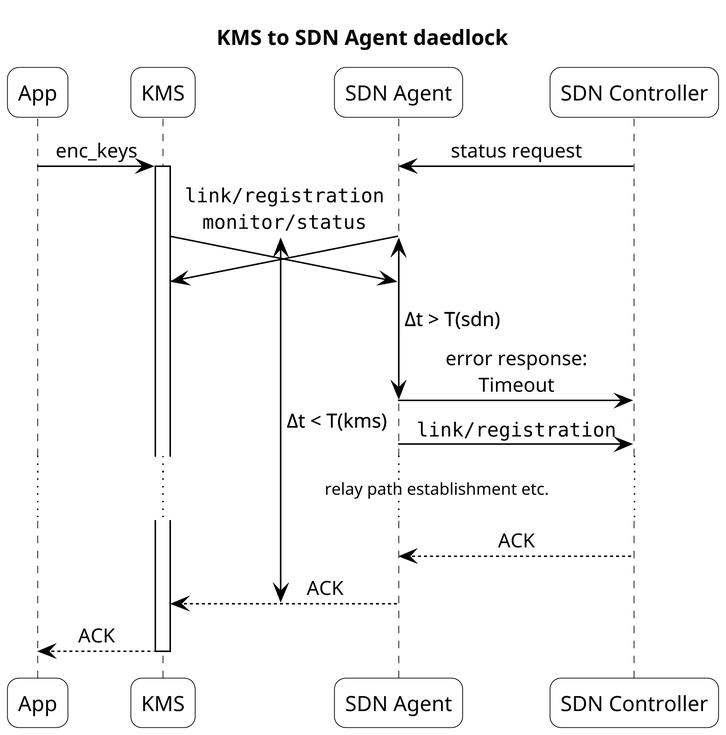
This is doc/figures/sequence_deadlock_example_solve_timeout.png from ait-crypto/kms-sdn-agent-interface-specification, a PlantUML export, as it was before one commit. Source of this version:
```plantuml
@startuml
!include ./style.pu

skinparam dpi 300

!pragma teoz true

participant App
participant KMS
participant "SDN Agent" as SDNA
participant "SDN Controller" as SDNC

title: KMS to SDN Agent daedlock
App -> KMS: enc_keys
&SDNC -> SDNA: status request
activate KMS
{start_sdna_t} SDNA ->(30) "KMS": ""monitor/status""
&{start_kms_t} "KMS" ->(30) SDNA: ""link/registration""\n
{end_sdna_t} SDNA -> SDNC : error response:\nTimeout
deactivate SDNA

{start_sdna_t} <-> {end_sdna_t}: Δt > T(sdn)
SDNA -> SDNC: ""link/registration""
... \t\t\t\t\t\trelay path establishment etc. ...
SDNC --> SDNA: ACK
{end_kms_t} SDNA --> KMS : \t\tACK
{start_kms_t} <-> {end_kms_t} : Δt < T(kms)
KMS --> App: ACK
deactivate KMS

@enduml
```
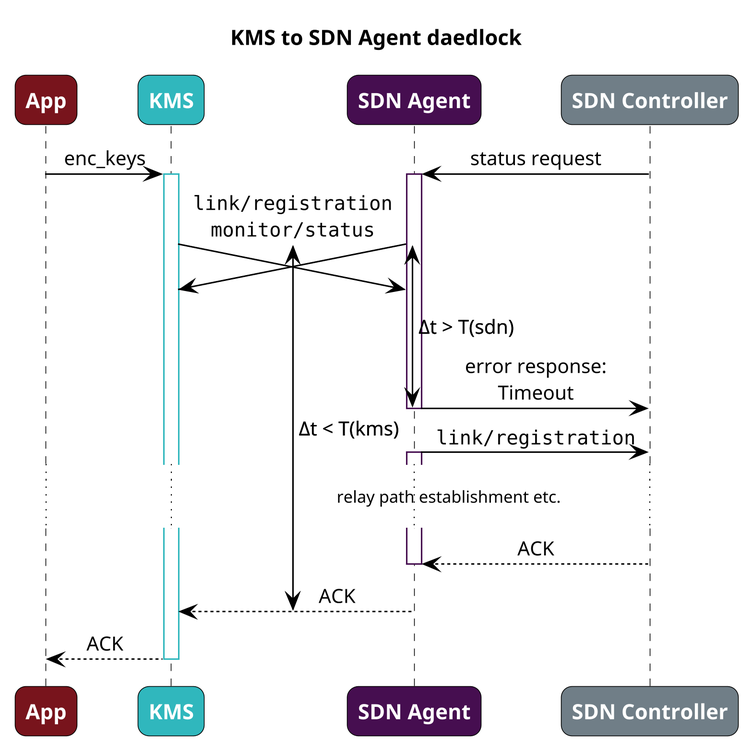
Later version of the same file.

Change to the diagram source:
```diff
@@ -1,19 +1,21 @@
 @startuml
 !include ./style.pu
+hide stereotype
 
 skinparam dpi 300
 
 !pragma teoz true
 
-participant App
-participant KMS
-participant "SDN Agent" as SDNA
-participant "SDN Controller" as SDNC
+participant App <<app>>
+participant KMS <<kms>>
+participant "SDN Agent" as SDNA <<sdna>>
+participant "SDN Controller" as SDNC <<sdnc>>
 
 title: KMS to SDN Agent daedlock
 App -> KMS: enc_keys
 &SDNC -> SDNA: status request
 activate KMS
+activate SDNA
 {start_sdna_t} SDNA ->(30) "KMS": ""monitor/status""
 &{start_kms_t} "KMS" ->(30) SDNA: ""link/registration""\n
 {end_sdna_t} SDNA -> SDNC : error response:\nTimeout
@@ -21,8 +23,10 @@
 
 {start_sdna_t} <-> {end_sdna_t}: Δt > T(sdn)
 SDNA -> SDNC: ""link/registration""
+activate SDNA
 ... \t\t\t\t\t\trelay path establishment etc. ...
 SDNC --> SDNA: ACK
+deactivate SDNA
 {end_kms_t} SDNA --> KMS : \t\tACK
 {start_kms_t} <-> {end_kms_t} : Δt < T(kms)
 KMS --> App: ACK
```
